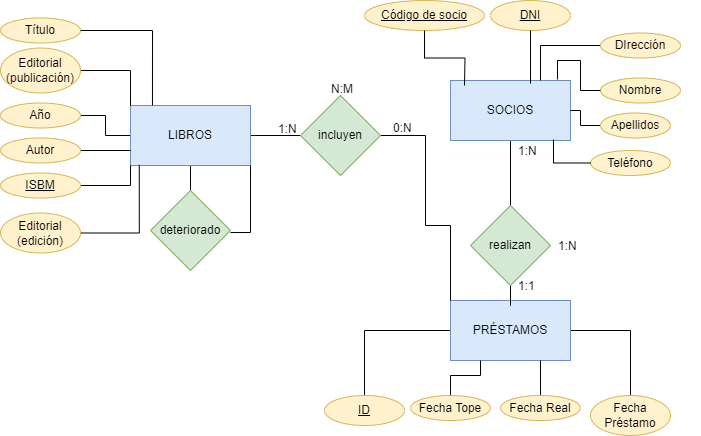
Above: Unidad-1/Tareas/Tarea7/tarea7.drawio.png in YoooKai/Base-de-Datos (draw.io), before the change. Source tidied: cells renumbered, new cells last; positions are measured from the earlier drawing's top-left corner, leaving out a move shared by most shapes. Source of this version:
```xml
<mxGraphModel>
  <root>
    <mxCell id="0" />
    <mxCell id="1" parent="0" />
    <mxCell id="2" style="edgeStyle=orthogonalEdgeStyle;rounded=0;jettySize=auto;html=1;endArrow=none;endFill=0;" parent="1" edge="1" source="5" target="12">
      <mxGeometry relative="1" as="geometry" />
    </mxCell>
    <mxCell id="3" style="edgeStyle=orthogonalEdgeStyle;rounded=0;jettySize=auto;html=1;endArrow=none;endFill=0;" parent="1" edge="1" source="5" target="27">
      <mxGeometry relative="1" as="geometry" />
    </mxCell>
    <mxCell id="4" style="edgeStyle=orthogonalEdgeStyle;rounded=0;jettySize=auto;html=1;entryX=1;entryY=0.5;entryDx=0;entryDy=0;endArrow=none;endFill=0;" parent="1" edge="1" source="5" target="31">
      <mxGeometry relative="1" as="geometry" />
    </mxCell>
    <mxCell id="5" value="LIBROS" style="rounded=0;whiteSpace=wrap;html=1;fillColor=#dae8fc;strokeColor=#6c8ebf;" parent="1" vertex="1">
      <mxGeometry x="130" y="105" width="120" height="60" as="geometry" />
    </mxCell>
    <mxCell id="6" style="edgeStyle=orthogonalEdgeStyle;rounded=0;jettySize=auto;html=1;endArrow=none;endFill=0;" parent="1" edge="1" source="7" target="14">
      <mxGeometry relative="1" as="geometry" />
    </mxCell>
    <mxCell id="7" value="&lt;div&gt;SOCIOS&lt;/div&gt;" style="rounded=0;whiteSpace=wrap;html=1;fillColor=#dae8fc;strokeColor=#6c8ebf;" parent="1" vertex="1">
      <mxGeometry x="450" y="80" width="120" height="60" as="geometry" />
    </mxCell>
    <mxCell id="8" style="edgeStyle=orthogonalEdgeStyle;rounded=0;jettySize=auto;html=1;entryX=0.5;entryY=0;entryDx=0;entryDy=0;endArrow=none;endFill=0;" parent="1" edge="1" source="10" target="38">
      <mxGeometry relative="1" as="geometry" />
    </mxCell>
    <mxCell id="9" style="edgeStyle=orthogonalEdgeStyle;rounded=0;jettySize=auto;html=1;entryX=0.5;entryY=0;entryDx=0;entryDy=0;endArrow=none;endFill=0;" parent="1" edge="1" source="10" target="45">
      <mxGeometry relative="1" as="geometry" />
    </mxCell>
    <mxCell id="10" value="PRÉSTAMOS" style="rounded=0;whiteSpace=wrap;html=1;fillColor=#dae8fc;strokeColor=#6c8ebf;" parent="1" vertex="1">
      <mxGeometry x="450" y="300" width="120" height="60" as="geometry" />
    </mxCell>
    <mxCell id="11" style="edgeStyle=orthogonalEdgeStyle;rounded=0;jettySize=auto;html=1;endArrow=none;endFill=0;entryX=0;entryY=0;entryDx=0;entryDy=0;" parent="1" edge="1" source="12" target="10">
      <mxGeometry relative="1" as="geometry">
        <Array as="points">
          <mxPoint x="425" y="135" />
          <mxPoint x="425" y="225" />
          <mxPoint x="450" y="225" />
        </Array>
      </mxGeometry>
    </mxCell>
    <mxCell id="12" value="incluyen" style="rhombus;whiteSpace=wrap;html=1;fillColor=#d5e8d4;strokeColor=#82b366;" parent="1" vertex="1">
      <mxGeometry x="300" y="95" width="80" height="80" as="geometry" />
    </mxCell>
    <mxCell id="13" style="edgeStyle=orthogonalEdgeStyle;rounded=0;jettySize=auto;html=1;entryX=0.5;entryY=0;entryDx=0;entryDy=0;endArrow=none;endFill=0;" parent="1" edge="1" source="14" target="10">
      <mxGeometry relative="1" as="geometry" />
    </mxCell>
    <mxCell id="14" value="realizan" style="rhombus;whiteSpace=wrap;html=1;fillColor=#d5e8d4;strokeColor=#82b366;" parent="1" vertex="1">
      <mxGeometry x="470" y="205" width="80" height="80" as="geometry" />
    </mxCell>
    <mxCell id="15" value="Código de socio" style="ellipse;whiteSpace=wrap;html=1;align=center;fontStyle=4;fillColor=#fff2cc;strokeColor=#d6b656;" parent="1" vertex="1">
      <mxGeometry x="364" width="120" height="30" as="geometry" />
    </mxCell>
    <mxCell id="16" value="&lt;u&gt;DNI&lt;/u&gt;" style="ellipse;whiteSpace=wrap;html=1;align=center;fillColor=#fff2cc;strokeColor=#d6b656;" parent="1" vertex="1">
      <mxGeometry x="490" width="80" height="30" as="geometry" />
    </mxCell>
    <mxCell id="17" style="edgeStyle=orthogonalEdgeStyle;rounded=0;jettySize=auto;html=1;entryX=0.75;entryY=0;entryDx=0;entryDy=0;endArrow=none;endFill=0;" parent="1" edge="1" source="18" target="7">
      <mxGeometry relative="1" as="geometry">
        <Array as="points">
          <mxPoint x="540" y="45" />
        </Array>
      </mxGeometry>
    </mxCell>
    <mxCell id="18" value="DIrección" style="ellipse;whiteSpace=wrap;html=1;align=center;fillColor=#fff2cc;strokeColor=#d6b656;" parent="1" vertex="1">
      <mxGeometry x="600" y="32.5" width="80" height="25" as="geometry" />
    </mxCell>
    <mxCell id="19" value="Teléfono" style="ellipse;whiteSpace=wrap;html=1;align=center;fillColor=#fff2cc;strokeColor=#d6b656;" parent="1" vertex="1">
      <mxGeometry x="590" y="150" width="80" height="25" as="geometry" />
    </mxCell>
    <mxCell id="20" value="Nombre" style="ellipse;whiteSpace=wrap;html=1;align=center;fillColor=#fff2cc;strokeColor=#d6b656;" parent="1" vertex="1">
      <mxGeometry x="600" y="77.5" width="80" height="25" as="geometry" />
    </mxCell>
    <mxCell id="21" style="edgeStyle=orthogonalEdgeStyle;rounded=0;jettySize=auto;html=1;endArrow=none;endFill=0;" parent="1" edge="1" source="22" target="7">
      <mxGeometry relative="1" as="geometry" />
    </mxCell>
    <mxCell id="22" value="Apellidos" style="ellipse;whiteSpace=wrap;html=1;align=center;fillColor=#fff2cc;strokeColor=#d6b656;" parent="1" vertex="1">
      <mxGeometry x="600" y="112.5" width="70" height="25" as="geometry" />
    </mxCell>
    <mxCell id="23" style="edgeStyle=orthogonalEdgeStyle;rounded=0;jettySize=auto;html=1;entryX=0.667;entryY=0.05;entryDx=0;entryDy=0;entryPerimeter=0;endArrow=none;endFill=0;" parent="1" edge="1" source="16" target="7">
      <mxGeometry relative="1" as="geometry" />
    </mxCell>
    <mxCell id="24" style="edgeStyle=orthogonalEdgeStyle;rounded=0;jettySize=auto;html=1;entryX=0.892;entryY=-0.017;entryDx=0;entryDy=0;entryPerimeter=0;endArrow=none;endFill=0;" parent="1" edge="1" source="20" target="7">
      <mxGeometry relative="1" as="geometry" />
    </mxCell>
    <mxCell id="25" style="edgeStyle=orthogonalEdgeStyle;rounded=0;jettySize=auto;html=1;entryX=0.858;entryY=0.983;entryDx=0;entryDy=0;entryPerimeter=0;endArrow=none;endFill=0;" parent="1" edge="1" source="19" target="7">
      <mxGeometry relative="1" as="geometry" />
    </mxCell>
    <mxCell id="26" style="edgeStyle=orthogonalEdgeStyle;rounded=0;jettySize=auto;html=1;exitX=0.875;exitY=0.338;exitDx=0;exitDy=0;exitPerimeter=0;endArrow=none;endFill=0;" parent="1" edge="1" target="5">
      <mxGeometry relative="1" as="geometry">
        <mxPoint x="230" y="232" as="sourcePoint" />
        <Array as="points">
          <mxPoint x="250" y="232" />
        </Array>
      </mxGeometry>
    </mxCell>
    <mxCell id="27" value="deteriorado" style="rhombus;whiteSpace=wrap;html=1;fillColor=#d5e8d4;strokeColor=#82b366;" parent="1" vertex="1">
      <mxGeometry x="150" y="190" width="80" height="80" as="geometry" />
    </mxCell>
    <mxCell id="28" value="Título" style="ellipse;whiteSpace=wrap;html=1;align=center;fillColor=#fff2cc;strokeColor=#d6b656;" parent="1" vertex="1">
      <mxGeometry y="17.5" width="80" height="25" as="geometry" />
    </mxCell>
    <mxCell id="29" style="edgeStyle=orthogonalEdgeStyle;rounded=0;jettySize=auto;html=1;entryX=0;entryY=0;entryDx=0;entryDy=0;endArrow=none;endFill=0;" parent="1" edge="1" source="30" target="5">
      <mxGeometry relative="1" as="geometry" />
    </mxCell>
    <mxCell id="30" value="Editorial (publicación)" style="ellipse;whiteSpace=wrap;html=1;align=center;fillColor=#fff2cc;strokeColor=#d6b656;" parent="1" vertex="1">
      <mxGeometry y="47.5" width="80" height="45" as="geometry" />
    </mxCell>
    <mxCell id="31" value="Año" style="ellipse;whiteSpace=wrap;html=1;align=center;fillColor=#fff2cc;strokeColor=#d6b656;" parent="1" vertex="1">
      <mxGeometry y="102.5" width="80" height="25" as="geometry" />
    </mxCell>
    <mxCell id="32" style="edgeStyle=orthogonalEdgeStyle;rounded=0;jettySize=auto;html=1;entryX=0;entryY=0.75;entryDx=0;entryDy=0;endArrow=none;endFill=0;" parent="1" edge="1" source="33" target="5">
      <mxGeometry relative="1" as="geometry" />
    </mxCell>
    <mxCell id="33" value="Autor" style="ellipse;whiteSpace=wrap;html=1;align=center;fillColor=#fff2cc;strokeColor=#d6b656;" parent="1" vertex="1">
      <mxGeometry y="137.5" width="80" height="25" as="geometry" />
    </mxCell>
    <mxCell id="34" style="edgeStyle=orthogonalEdgeStyle;rounded=0;jettySize=auto;html=1;entryX=0;entryY=1;entryDx=0;entryDy=0;endArrow=none;endFill=0;" parent="1" edge="1" source="35" target="5">
      <mxGeometry relative="1" as="geometry" />
    </mxCell>
    <mxCell id="35" value="&lt;u&gt;ISBM&lt;/u&gt;" style="ellipse;whiteSpace=wrap;html=1;align=center;fillColor=#fff2cc;strokeColor=#d6b656;" parent="1" vertex="1">
      <mxGeometry y="172.5" width="80" height="25" as="geometry" />
    </mxCell>
    <mxCell id="36" style="edgeStyle=orthogonalEdgeStyle;rounded=0;jettySize=auto;html=1;endArrow=none;endFill=0;entryX=0.073;entryY=0.99;entryDx=0;entryDy=0;entryPerimeter=0;" parent="1" edge="1" source="37" target="5">
      <mxGeometry relative="1" as="geometry" />
    </mxCell>
    <mxCell id="37" value="&lt;div&gt;Editorial&lt;/div&gt;&lt;div&gt;(edición)&lt;br&gt;&lt;/div&gt;" style="ellipse;whiteSpace=wrap;html=1;align=center;fillColor=#fff2cc;strokeColor=#d6b656;" parent="1" vertex="1">
      <mxGeometry y="212.5" width="80" height="40" as="geometry" />
    </mxCell>
    <mxCell id="38" value="Fecha Préstamo" style="ellipse;whiteSpace=wrap;html=1;align=center;fillColor=#fff2cc;strokeColor=#d6b656;" parent="1" vertex="1">
      <mxGeometry x="590" y="395" width="80" height="40" as="geometry" />
    </mxCell>
    <mxCell id="39" style="edgeStyle=orthogonalEdgeStyle;rounded=0;jettySize=auto;html=1;entryX=0.25;entryY=1;entryDx=0;entryDy=0;endArrow=none;endFill=0;" parent="1" edge="1" source="40" target="10">
      <mxGeometry relative="1" as="geometry" />
    </mxCell>
    <mxCell id="40" value="Fecha Tope" style="ellipse;whiteSpace=wrap;html=1;align=center;fillColor=#fff2cc;strokeColor=#d6b656;" parent="1" vertex="1">
      <mxGeometry x="410" y="395" width="80" height="25" as="geometry" />
    </mxCell>
    <mxCell id="41" style="edgeStyle=orthogonalEdgeStyle;rounded=0;jettySize=auto;html=1;entryX=0.75;entryY=1;entryDx=0;entryDy=0;endArrow=none;endFill=0;" parent="1" edge="1" source="42" target="10">
      <mxGeometry relative="1" as="geometry" />
    </mxCell>
    <mxCell id="42" value="Fecha Real" style="ellipse;whiteSpace=wrap;html=1;align=center;fillColor=#fff2cc;strokeColor=#d6b656;" parent="1" vertex="1">
      <mxGeometry x="500" y="395" width="80" height="25" as="geometry" />
    </mxCell>
    <mxCell id="43" style="edgeStyle=orthogonalEdgeStyle;rounded=0;jettySize=auto;html=1;entryX=0.183;entryY=0;entryDx=0;entryDy=0;entryPerimeter=0;endArrow=none;endFill=0;" parent="1" edge="1" source="28" target="5">
      <mxGeometry relative="1" as="geometry" />
    </mxCell>
    <mxCell id="44" style="edgeStyle=orthogonalEdgeStyle;rounded=0;jettySize=auto;html=1;endArrow=none;endFill=0;" parent="1" edge="1" source="15">
      <mxGeometry relative="1" as="geometry">
        <mxPoint x="464" y="85" as="targetPoint" />
      </mxGeometry>
    </mxCell>
    <mxCell id="45" value="&lt;u&gt;ID&lt;/u&gt;" style="ellipse;whiteSpace=wrap;html=1;align=center;fillColor=#fff2cc;strokeColor=#d6b656;" parent="1" vertex="1">
      <mxGeometry x="324" y="395" width="80" height="30" as="geometry" />
    </mxCell>
    <mxCell id="46" style="shape=table;startSize=0;rowLines=0;fontStyle=0;align=center;strokeColor=none;fillColor=none;whiteSpace=wrap;html=1;" parent="1" vertex="1">
      <mxGeometry x="480" y="270" width="180" height="30" as="geometry" />
    </mxCell>
    <mxCell id="47" style="shape=tableRow;horizontal=0;startSize=0;swimlaneHead=0;swimlaneBody=0;fillColor=none;top=0;left=0;right=0;bottom=0;" parent="46" vertex="1">
      <mxGeometry width="180" height="30" as="geometry" />
    </mxCell>
    <mxCell id="48" style="shape=partialRectangle;fillColor=none;top=0;left=0;bottom=0;right=0;overflow=hidden;" parent="47" vertex="1">
      <mxGeometry width="30" height="30" as="geometry" />
    </mxCell>
    <mxCell id="49" value="1:1" style="shape=partialRectangle;fillColor=none;top=0;left=0;bottom=0;right=0;align=left;spacingLeft=6;overflow=hidden;" parent="47" vertex="1">
      <mxGeometry x="30" width="150" height="30" as="geometry" />
    </mxCell>
    <mxCell id="50" style="shape=table;startSize=0;rowLines=0;fontStyle=0;align=center;strokeColor=none;fillColor=none;whiteSpace=wrap;html=1;" parent="1" vertex="1">
      <mxGeometry x="480" y="135" width="180" height="30" as="geometry" />
    </mxCell>
    <mxCell id="51" style="shape=tableRow;horizontal=0;startSize=0;swimlaneHead=0;swimlaneBody=0;fillColor=none;top=0;left=0;right=0;bottom=0;" parent="50" vertex="1">
      <mxGeometry width="180" height="30" as="geometry" />
    </mxCell>
    <mxCell id="52" style="shape=partialRectangle;fillColor=none;top=0;left=0;bottom=0;right=0;overflow=hidden;" parent="51" vertex="1">
      <mxGeometry width="30" height="30" as="geometry" />
    </mxCell>
    <mxCell id="53" value="1:N" style="shape=partialRectangle;fillColor=none;top=0;left=0;bottom=0;right=0;align=left;spacingLeft=6;overflow=hidden;" parent="51" vertex="1">
      <mxGeometry x="30" width="150" height="30" as="geometry" />
    </mxCell>
    <mxCell id="54" style="shape=table;startSize=0;rowLines=0;fontStyle=0;align=center;strokeColor=none;fillColor=none;whiteSpace=wrap;html=1;" parent="1" vertex="1">
      <mxGeometry x="520" y="230" width="180" height="30" as="geometry" />
    </mxCell>
    <mxCell id="55" style="shape=tableRow;horizontal=0;startSize=0;swimlaneHead=0;swimlaneBody=0;fillColor=none;top=0;left=0;right=0;bottom=0;" parent="54" vertex="1">
      <mxGeometry width="180" height="30" as="geometry" />
    </mxCell>
    <mxCell id="56" style="shape=partialRectangle;fillColor=none;top=0;left=0;bottom=0;right=0;overflow=hidden;" parent="55" vertex="1">
      <mxGeometry width="30" height="30" as="geometry" />
    </mxCell>
    <mxCell id="57" value="1:N" style="shape=partialRectangle;fillColor=none;top=0;left=0;bottom=0;right=0;align=left;spacingLeft=6;overflow=hidden;" parent="55" vertex="1">
      <mxGeometry x="30" width="150" height="30" as="geometry" />
    </mxCell>
    <mxCell id="58" style="shape=table;startSize=0;rowLines=0;fontStyle=0;align=center;strokeColor=none;fillColor=none;whiteSpace=wrap;html=1;" parent="1" vertex="1">
      <mxGeometry x="240" y="112.5" width="180" height="30" as="geometry" />
    </mxCell>
    <mxCell id="59" style="shape=tableRow;horizontal=0;startSize=0;swimlaneHead=0;swimlaneBody=0;fillColor=none;top=0;left=0;right=0;bottom=0;" parent="58" vertex="1">
      <mxGeometry width="180" height="30" as="geometry" />
    </mxCell>
    <mxCell id="60" style="shape=partialRectangle;fillColor=none;top=0;left=0;bottom=0;right=0;overflow=hidden;" parent="59" vertex="1">
      <mxGeometry width="30" height="30" as="geometry" />
    </mxCell>
    <mxCell id="61" value="1:N" style="shape=partialRectangle;fillColor=none;top=0;left=0;bottom=0;right=0;align=left;spacingLeft=6;overflow=hidden;" parent="59" vertex="1">
      <mxGeometry x="30" width="150" height="30" as="geometry" />
    </mxCell>
    <mxCell id="62" style="shape=table;startSize=0;rowLines=0;fontStyle=0;align=center;strokeColor=none;fillColor=none;whiteSpace=wrap;html=1;" parent="1" vertex="1">
      <mxGeometry x="355" y="112" width="180" height="30" as="geometry" />
    </mxCell>
    <mxCell id="63" style="shape=tableRow;horizontal=0;startSize=0;swimlaneHead=0;swimlaneBody=0;fillColor=none;top=0;left=0;right=0;bottom=0;" parent="62" vertex="1">
      <mxGeometry width="180" height="30" as="geometry" />
    </mxCell>
    <mxCell id="64" style="shape=partialRectangle;fillColor=none;top=0;left=0;bottom=0;right=0;overflow=hidden;" parent="63" vertex="1">
      <mxGeometry width="30" height="30" as="geometry" />
    </mxCell>
    <mxCell id="65" value="0:N" style="shape=partialRectangle;fillColor=none;top=0;left=0;bottom=0;right=0;align=left;spacingLeft=6;overflow=hidden;" parent="63" vertex="1">
      <mxGeometry x="30" width="150" height="30" as="geometry" />
    </mxCell>
    <mxCell id="66" style="shape=table;startSize=0;rowLines=0;fontStyle=0;align=center;strokeColor=none;fillColor=none;whiteSpace=wrap;html=1;" parent="1" vertex="1">
      <mxGeometry x="293" y="73" width="180" height="30" as="geometry" />
    </mxCell>
    <mxCell id="67" style="shape=tableRow;horizontal=0;startSize=0;swimlaneHead=0;swimlaneBody=0;fillColor=none;top=0;left=0;right=0;bottom=0;" parent="66" vertex="1">
      <mxGeometry width="180" height="30" as="geometry" />
    </mxCell>
    <mxCell id="68" style="shape=partialRectangle;fillColor=none;top=0;left=0;bottom=0;right=0;overflow=hidden;" parent="67" vertex="1">
      <mxGeometry width="30" height="30" as="geometry" />
    </mxCell>
    <mxCell id="69" value="N:M" style="shape=partialRectangle;fillColor=none;top=0;left=0;bottom=0;right=0;align=left;spacingLeft=6;overflow=hidden;" parent="67" vertex="1">
      <mxGeometry x="30" width="150" height="30" as="geometry" />
    </mxCell>
  </root>
</mxGraphModel>
```
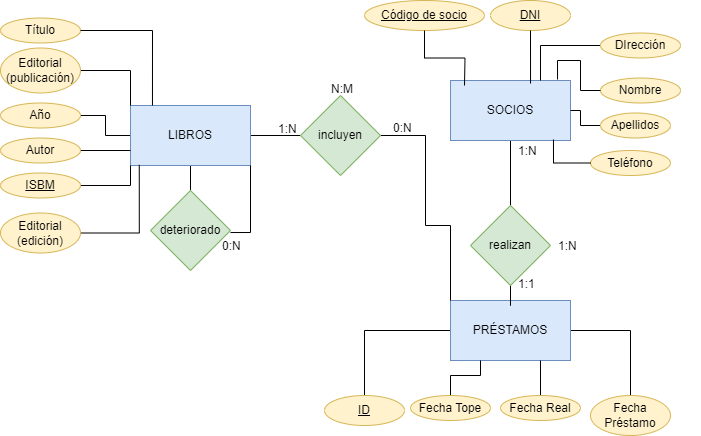
The same file after the commit.

Change to the diagram source:
```diff
@@ -152,16 +152,16 @@
       <mxGeometry x="324" y="395" width="80" height="30" as="geometry" />
     </mxCell>
     <mxCell id="46" style="shape=table;startSize=0;rowLines=0;fontStyle=0;align=center;strokeColor=none;fillColor=none;whiteSpace=wrap;html=1;" parent="1" vertex="1">
-      <mxGeometry x="480" y="270" width="180" height="30" as="geometry" />
+      <mxGeometry x="480" y="270" width="180" height="25" as="geometry" />
     </mxCell>
     <mxCell id="47" style="shape=tableRow;horizontal=0;startSize=0;swimlaneHead=0;swimlaneBody=0;fillColor=none;top=0;left=0;right=0;bottom=0;" parent="46" vertex="1">
-      <mxGeometry width="180" height="30" as="geometry" />
+      <mxGeometry width="180" height="25" as="geometry" />
     </mxCell>
     <mxCell id="48" style="shape=partialRectangle;fillColor=none;top=0;left=0;bottom=0;right=0;overflow=hidden;" parent="47" vertex="1">
-      <mxGeometry width="30" height="30" as="geometry" />
+      <mxGeometry width="30" height="25" as="geometry" />
     </mxCell>
     <mxCell id="49" value="1:1" style="shape=partialRectangle;fillColor=none;top=0;left=0;bottom=0;right=0;align=left;spacingLeft=6;overflow=hidden;" parent="47" vertex="1">
-      <mxGeometry x="30" width="150" height="30" as="geometry" />
+      <mxGeometry x="30" width="150" height="25" as="geometry" />
     </mxCell>
     <mxCell id="50" style="shape=table;startSize=0;rowLines=0;fontStyle=0;align=center;strokeColor=none;fillColor=none;whiteSpace=wrap;html=1;" parent="1" vertex="1">
       <mxGeometry x="480" y="135" width="180" height="30" as="geometry" />
@@ -223,5 +223,17 @@
     <mxCell id="69" value="N:M" style="shape=partialRectangle;fillColor=none;top=0;left=0;bottom=0;right=0;align=left;spacingLeft=6;overflow=hidden;" parent="67" vertex="1">
       <mxGeometry x="30" width="150" height="30" as="geometry" />
     </mxCell>
+    <mxCell id="70" style="shape=table;startSize=0;rowLines=0;fontStyle=0;align=center;strokeColor=none;fillColor=none;whiteSpace=wrap;html=1;" parent="1" vertex="1">
+      <mxGeometry x="184" y="230" width="180" height="30" as="geometry" />
+    </mxCell>
+    <mxCell id="71" style="shape=tableRow;horizontal=0;startSize=0;swimlaneHead=0;swimlaneBody=0;fillColor=none;top=0;left=0;right=0;bottom=0;" parent="70" vertex="1">
+      <mxGeometry width="180" height="30" as="geometry" />
+    </mxCell>
+    <mxCell id="72" style="shape=partialRectangle;fillColor=none;top=0;left=0;bottom=0;right=0;overflow=hidden;" parent="71" vertex="1">
+      <mxGeometry width="30" height="30" as="geometry" />
+    </mxCell>
+    <mxCell id="73" value="0:N" style="shape=partialRectangle;fillColor=none;top=0;left=0;bottom=0;right=0;align=left;spacingLeft=6;overflow=hidden;" parent="71" vertex="1">
+      <mxGeometry x="30" width="150" height="30" as="geometry" />
+    </mxCell>
   </root>
 </mxGraphModel>
```
